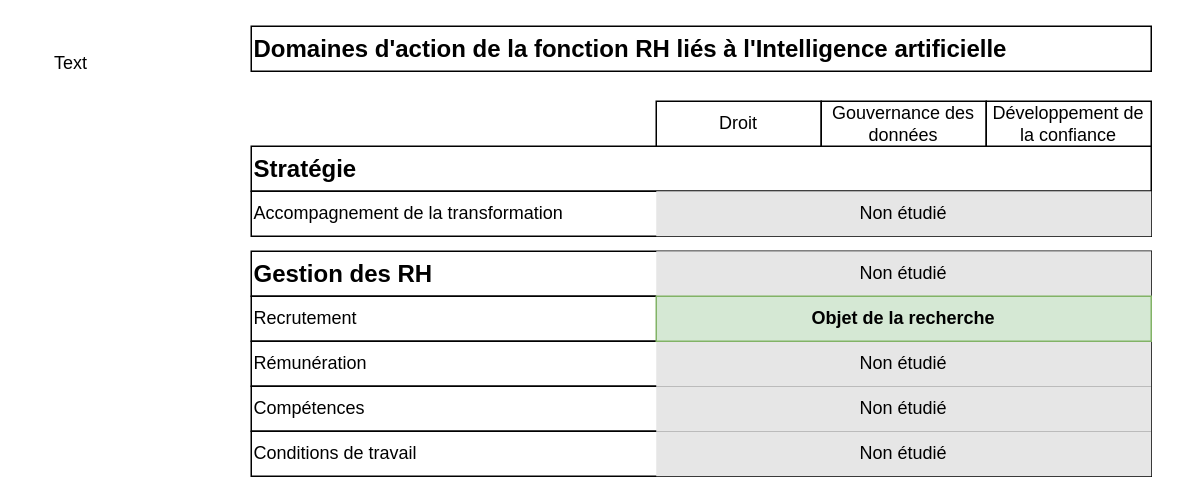
The draw.io diagram page "Relation DRH et IA" (2 of 2) of Schémas recrutement et IA.drawio in Fabrice-64/Drawings, before the edit. Source tidied: cells renumbered, new cells numbered last; positions are measured from the earlier drawing's top-left corner, leaving out a move shared by most shapes. Both pictures are drawn from the tidied source at 150%, with x=0, y=0 at pixel (26, 26).
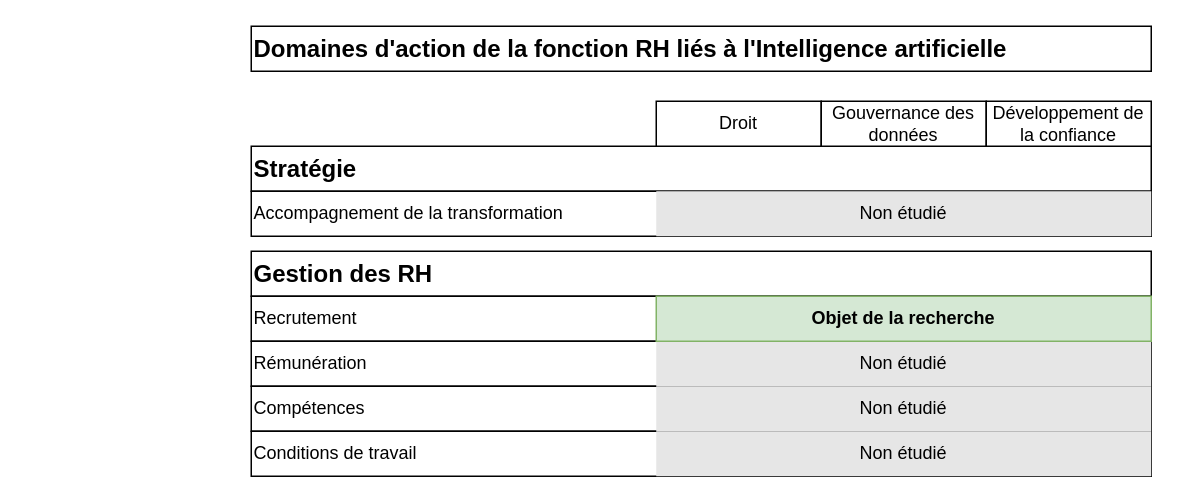
After the change.

Commit message:
Mise à jour schéma DRH et IA

What changed in the source:
```diff
@@
 <mxGraphModel>
   <root>
     <mxCell id="0" />
     <mxCell id="1" parent="0" />
     <mxCell id="2" value="Gestion des RH" style="rounded=0;whiteSpace=wrap;html=1;fontSize=16;fontStyle=1;align=left;" parent="1" vertex="1">
       <mxGeometry x="150" y="150" width="600" height="30" as="geometry" />
     </mxCell>
     <mxCell id="3" value="Recrutement" style="rounded=0;whiteSpace=wrap;html=1;align=left;" parent="1" vertex="1">
       <mxGeometry x="150" y="180" width="600" height="30" as="geometry" />
     </mxCell>
     <mxCell id="4" value="Rémunération" style="rounded=0;whiteSpace=wrap;html=1;align=left;" parent="1" vertex="1">
       <mxGeometry x="150" y="210" width="600" height="30" as="geometry" />
     </mxCell>
     <mxCell id="5" value="Compétences" style="rounded=0;whiteSpace=wrap;html=1;align=left;" parent="1" vertex="1">
       <mxGeometry x="150" y="240" width="600" height="30" as="geometry" />
     </mxCell>
     <mxCell id="6" value="Conditions de travail" style="rounded=0;whiteSpace=wrap;html=1;align=left;" parent="1" vertex="1">
       <mxGeometry x="150" y="270" width="600" height="30" as="geometry" />
     </mxCell>
     <mxCell id="7" value="Stratégie" style="rounded=0;whiteSpace=wrap;html=1;fontSize=16;fontStyle=1;align=left;" parent="1" vertex="1">
       <mxGeometry x="150" y="80" width="600" height="30" as="geometry" />
     </mxCell>
     <mxCell id="8" value="Accompagnement de la transformation" style="rounded=0;whiteSpace=wrap;html=1;align=left;" parent="1" vertex="1">
       <mxGeometry x="150" y="110" width="600" height="30" as="geometry" />
     </mxCell>
     <mxCell id="9" value="Domaines d'action de la fonction RH liés à l'Intelligence artificielle" style="rounded=0;whiteSpace=wrap;html=1;fontSize=16;fontStyle=1;align=left;" parent="1" vertex="1">
       <mxGeometry x="150" width="600" height="30" as="geometry" />
     </mxCell>
     <mxCell id="10" value="Droit" style="rounded=0;whiteSpace=wrap;html=1;align=center;" parent="1" vertex="1">
       <mxGeometry x="420" y="50" width="110" height="30" as="geometry" />
     </mxCell>
     <mxCell id="11" value="Gouvernance des données" style="rounded=0;whiteSpace=wrap;html=1;align=center;" parent="1" vertex="1">
       <mxGeometry x="530" y="50" width="110" height="30" as="geometry" />
     </mxCell>
     <mxCell id="12" value="Développement de la confiance" style="rounded=0;whiteSpace=wrap;html=1;align=center;" parent="1" vertex="1">
       <mxGeometry x="640" y="50" width="110" height="30" as="geometry" />
     </mxCell>
-    <mxCell id="13" value="Text" style="text;html=1;align=center;verticalAlign=middle;whiteSpace=wrap;rounded=0;" parent="1" vertex="1">
-      <mxGeometry y="10" width="60" height="30" as="geometry" />
-    </mxCell>
     <mxCell id="14" value="Non étudié" style="text;html=1;align=center;verticalAlign=middle;whiteSpace=wrap;rounded=0;strokeColor=none;fillColor=#E6E6E6;" parent="1" vertex="1">
       <mxGeometry x="420" y="110" width="330" height="30" as="geometry" />
     </mxCell>
-    <mxCell id="15" value="Non étudié" style="text;html=1;align=center;verticalAlign=middle;whiteSpace=wrap;rounded=0;strokeColor=none;fillColor=#E6E6E6;" parent="1" vertex="1">
-      <mxGeometry x="420" y="150" width="330" height="30" as="geometry" />
-    </mxCell>
     <mxCell id="16" value="Non étudié" style="text;html=1;align=center;verticalAlign=middle;whiteSpace=wrap;rounded=0;strokeColor=none;fillColor=#E6E6E6;" parent="1" vertex="1">
       <mxGeometry x="420" y="210" width="330" height="30" as="geometry" />
     </mxCell>
     <mxCell id="17" value="Non étudié" style="text;html=1;align=center;verticalAlign=middle;whiteSpace=wrap;rounded=0;strokeColor=none;fillColor=#E6E6E6;" parent="1" vertex="1">
       <mxGeometry x="420" y="240" width="330" height="30" as="geometry" />
     </mxCell>
     <mxCell id="18" value="Non étudié" style="text;html=1;align=center;verticalAlign=middle;whiteSpace=wrap;rounded=0;strokeColor=none;fillColor=#E6E6E6;" parent="1" vertex="1">
       <mxGeometry x="420" y="270" width="330" height="30" as="geometry" />
     </mxCell>
     <mxCell id="19" value="Objet de la recherche" style="text;html=1;align=center;verticalAlign=middle;whiteSpace=wrap;rounded=0;strokeColor=#82b366;fillColor=#d5e8d4;fontStyle=1;" parent="1" vertex="1">
       <mxGeometry x="420" y="180" width="330" height="30" as="geometry" />
     </mxCell>
   </root>
 </mxGraphModel>
```
